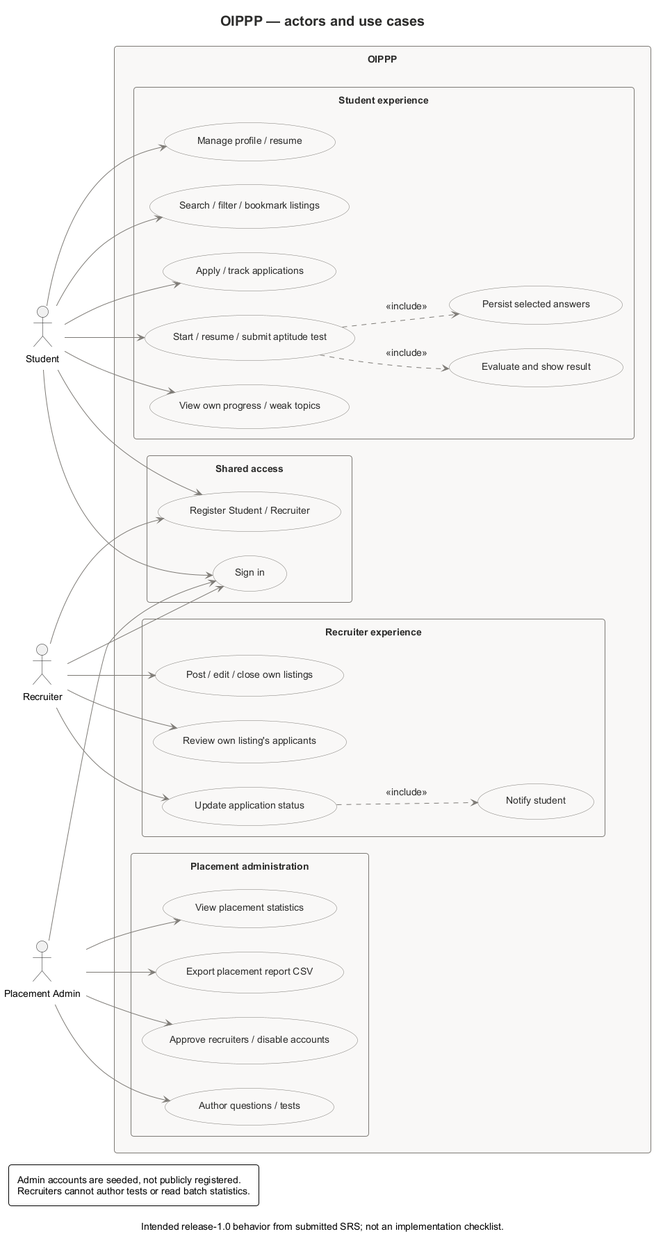
This is docs/other-docs/diagrams/use_case.png from Online-Internship-Placement-Prep-Portal/OIPPP, a PlantUML export, as it was before one commit. Source of this version:
```plantuml
@startuml use_case
!include diagram-style.puml
left to right direction
title OIPPP — actors and use cases
caption Intended release-1.0 behavior from submitted SRS; not an implementation checklist.
actor Student
actor Recruiter
actor "Placement Admin" as Admin
rectangle "OIPPP" {
  package "Shared access" {
    usecase "Sign in" as Login
    usecase "Register Student / Recruiter" as Register
  }
  package "Student experience" {
    usecase "Manage profile / resume" as Profile
    usecase "Search / filter / bookmark listings" as Search
    usecase "Apply / track applications" as Apply
    usecase "Start / resume / submit aptitude test" as Attempt
    usecase "Persist selected answers" as Save
    usecase "Evaluate and show result" as Result
    usecase "View own progress / weak topics" as Progress
  }
  package "Recruiter experience" {
    usecase "Post / edit / close own listings" as Listing
    usecase "Review own listing's applicants" as Review
    usecase "Update application status" as Status
    usecase "Notify student" as Notify
  }
  package "Placement administration" {
    usecase "Approve recruiters / disable accounts" as Accounts
    usecase "Author questions / tests" as Author
    usecase "View placement statistics" as Stats
    usecase "Export placement report CSV" as CSV
  }
}
Student --> Register
Recruiter --> Register
Student --> Login
Recruiter --> Login
Admin --> Login
Student --> Profile
Student --> Search
Student --> Apply
Student --> Attempt
Student --> Progress
Recruiter --> Listing
Recruiter --> Review
Recruiter --> Status
Admin --> Accounts
Admin --> Author
Admin --> Stats
Admin --> CSV
Attempt ..> Save : <<include>>
Attempt ..> Result : <<include>>
Status ..> Notify : <<include>>
legend bottom left
  Admin accounts are seeded, not publicly registered.
  Recruiters cannot author tests or read batch statistics.
endlegend
@enduml
```
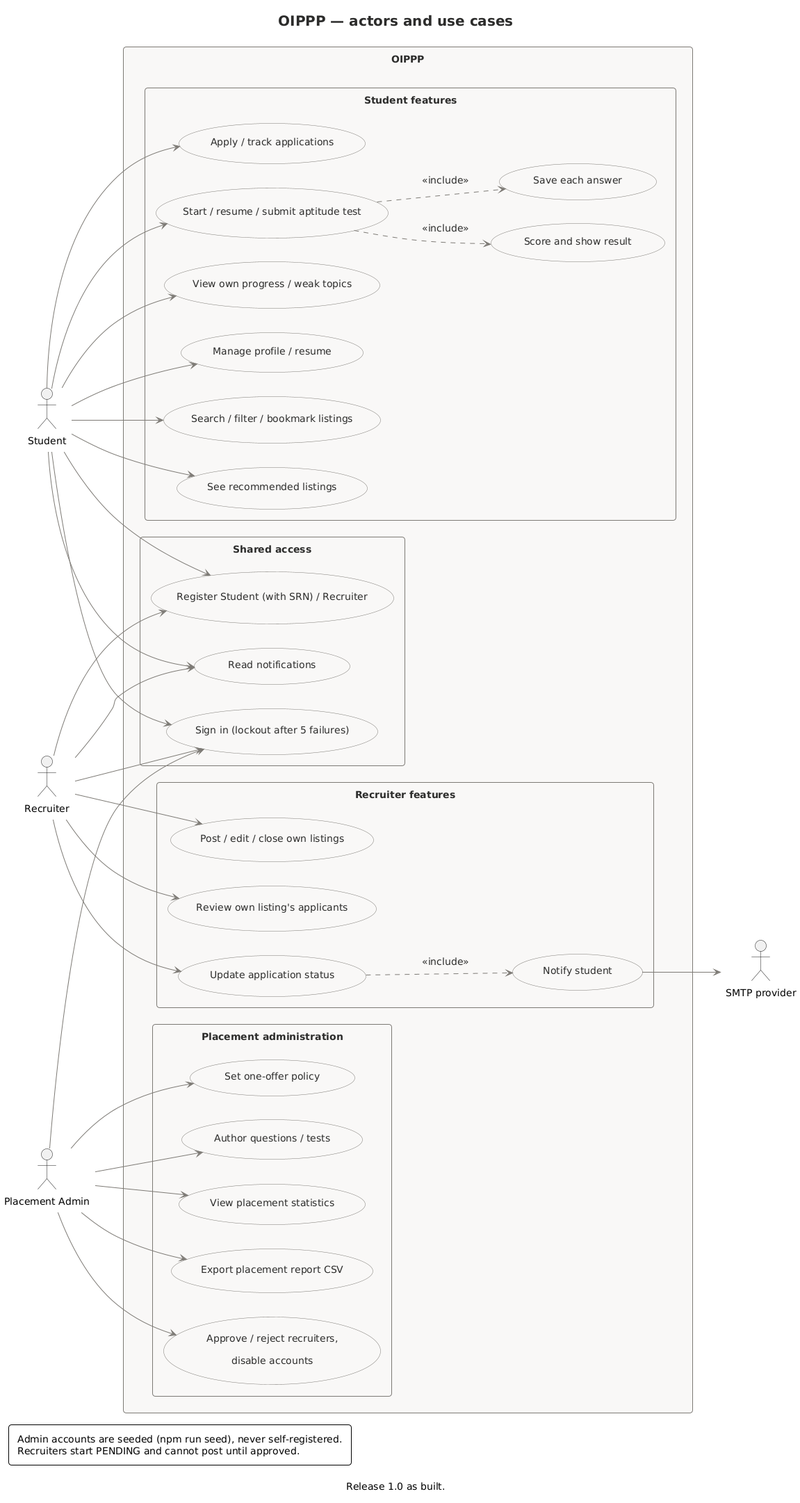
The same file after the commit.

Diff of the diagram source:
```diff
@@ -2,32 +2,36 @@
 !include diagram-style.puml
 left to right direction
 title OIPPP — actors and use cases
-caption Intended release-1.0 behavior from submitted SRS; not an implementation checklist.
+caption Release 1.0 as built.
 actor Student
 actor Recruiter
 actor "Placement Admin" as Admin
+actor "SMTP provider" as SMTP
 rectangle "OIPPP" {
   package "Shared access" {
-    usecase "Sign in" as Login
-    usecase "Register Student / Recruiter" as Register
+    usecase "Sign in (lockout after 5 failures)" as Login
+    usecase "Register Student (with SRN) / Recruiter" as Register
+    usecase "Read notifications" as Bell
   }
-  package "Student experience" {
+  package "Student features" {
     usecase "Manage profile / resume" as Profile
     usecase "Search / filter / bookmark listings" as Search
+    usecase "See recommended listings" as Feed
     usecase "Apply / track applications" as Apply
     usecase "Start / resume / submit aptitude test" as Attempt
-    usecase "Persist selected answers" as Save
-    usecase "Evaluate and show result" as Result
+    usecase "Save each answer" as Save
+    usecase "Score and show result" as Result
     usecase "View own progress / weak topics" as Progress
   }
-  package "Recruiter experience" {
+  package "Recruiter features" {
     usecase "Post / edit / close own listings" as Listing
     usecase "Review own listing's applicants" as Review
     usecase "Update application status" as Status
     usecase "Notify student" as Notify
   }
   package "Placement administration" {
-    usecase "Approve recruiters / disable accounts" as Accounts
+    usecase "Approve / reject recruiters,\ndisable accounts" as Accounts
+    usecase "Set one-offer policy" as Policy
     usecase "Author questions / tests" as Author
     usecase "View placement statistics" as Stats
     usecase "Export placement report CSV" as CSV
@@ -38,8 +42,11 @@
 Student --> Login
 Recruiter --> Login
 Admin --> Login
+Student --> Bell
+Recruiter --> Bell
 Student --> Profile
 Student --> Search
+Student --> Feed
 Student --> Apply
 Student --> Attempt
 Student --> Progress
@@ -47,14 +54,16 @@
 Recruiter --> Review
 Recruiter --> Status
 Admin --> Accounts
+Admin --> Policy
 Admin --> Author
 Admin --> Stats
 Admin --> CSV
 Attempt ..> Save : <<include>>
 Attempt ..> Result : <<include>>
 Status ..> Notify : <<include>>
+Notify --> SMTP
 legend bottom left
-  Admin accounts are seeded, not publicly registered.
-  Recruiters cannot author tests or read batch statistics.
+  Admin accounts are seeded (npm run seed), never self-registered.
+  Recruiters start PENDING and cannot post until approved.
 endlegend
 @enduml
```
